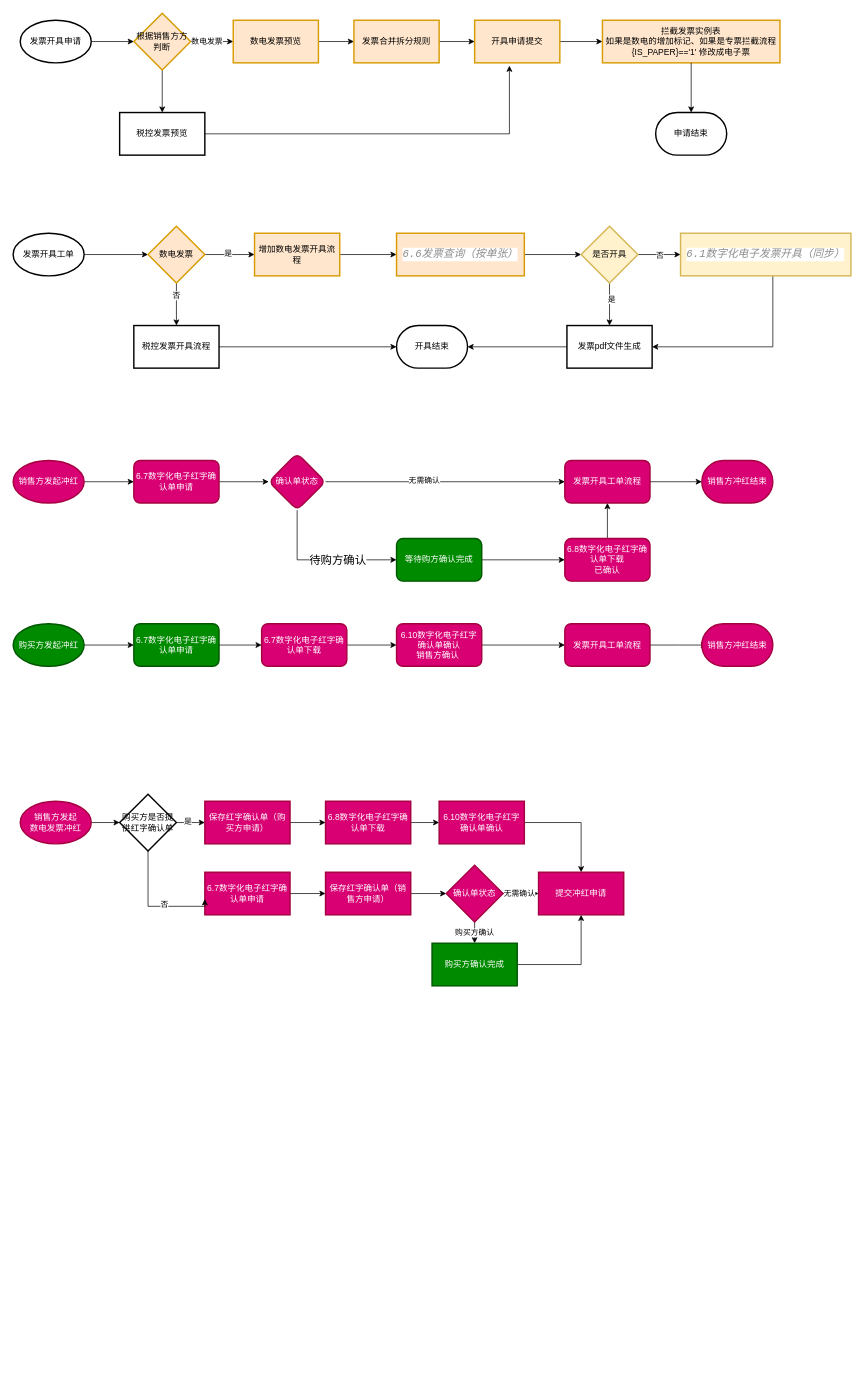
Above: 数电发票改造方案.drawio in 315944211/doc (draw.io), before the change. Source tidied: cells renumbered, new cells numbered last; positions are measured from the earlier drawing's top-left corner, leaving out a move shared by most shapes. Both pictures are drawn from the tidied source at 71%, with x=0, y=0 at pixel (13, 13).
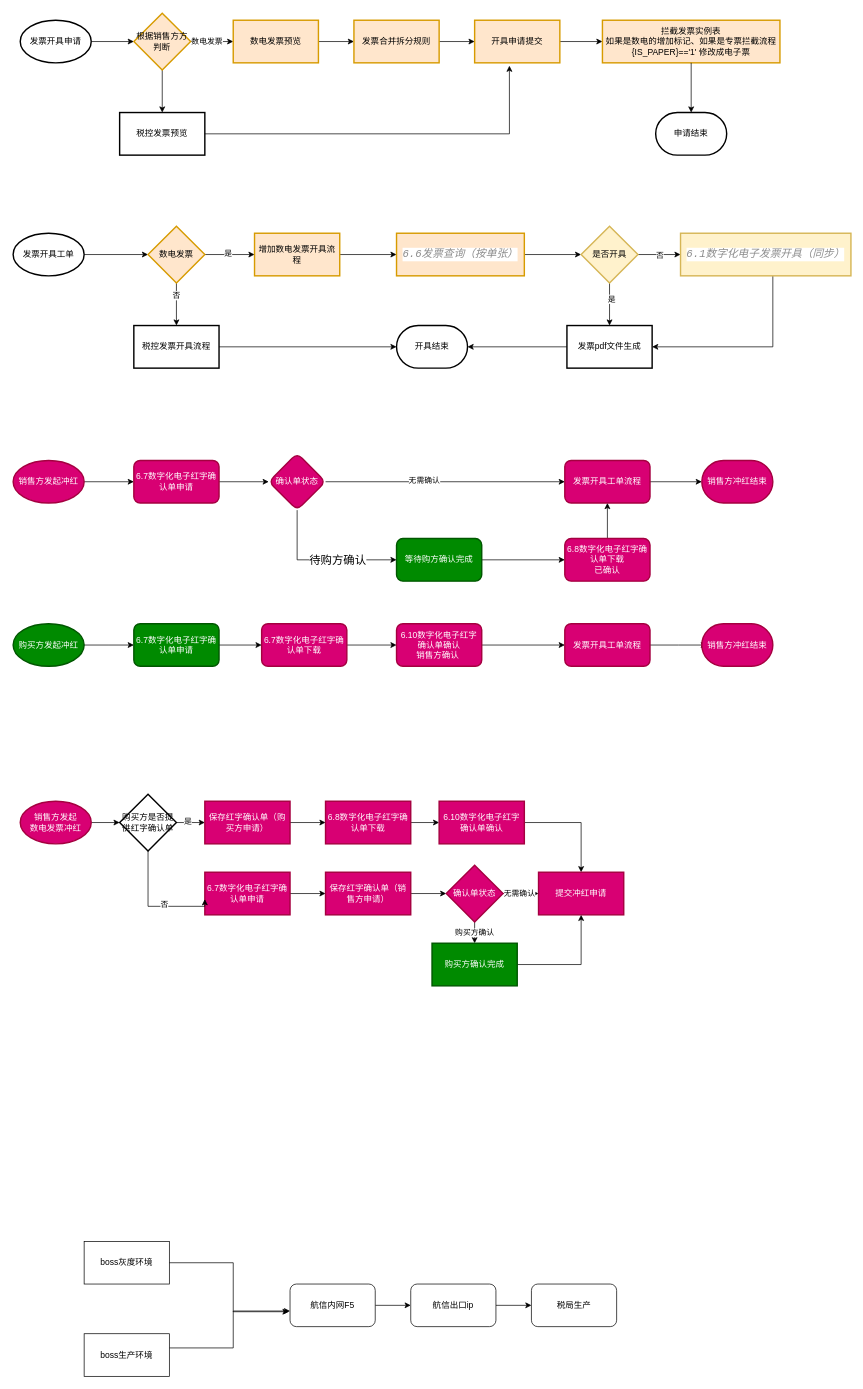
The same diagram, later.

Commit message:
更新数电发票改造方案.drawio

The edit, as a diff of the source:
```diff
@@
+    <mxCell id="94" value="boss灰度环境" style="rounded=0;whiteSpace=wrap;html=1;" parent="1" vertex="1">
+      <mxGeometry x="100" y="1730" width="120" height="60" as="geometry" />
+    </mxCell>
+    <mxCell id="95" style="edgeStyle=orthogonalEdgeStyle;rounded=0;jettySize=auto;html=1;entryX=0;entryY=0.633;entryDx=0;entryDy=0;entryPerimeter=0;" parent="1" edge="1" source="96" target="101">
+      <mxGeometry relative="1" as="geometry">
+        <Array as="points">
+          <mxPoint x="310" y="1880" />
+          <mxPoint x="310" y="1828" />
+        </Array>
+      </mxGeometry>
+    </mxCell>
+    <mxCell id="96" value="boss生产环境" style="rounded=0;whiteSpace=wrap;html=1;" parent="1" vertex="1">
+      <mxGeometry x="100" y="1860" width="120" height="60" as="geometry" />
+    </mxCell>
+    <mxCell id="97" style="edgeStyle=orthogonalEdgeStyle;rounded=0;jettySize=auto;html=1;" parent="1" edge="1" source="98" target="99">
+      <mxGeometry relative="1" as="geometry" />
+    </mxCell>
+    <mxCell id="98" value="航信出口ip" style="rounded=1;whiteSpace=wrap;html=1;" parent="1" vertex="1">
+      <mxGeometry x="560" y="1790" width="120" height="60" as="geometry" />
+    </mxCell>
+    <mxCell id="99" value="税局生产" style="whiteSpace=wrap;html=1;rounded=1;" parent="1" vertex="1">
+      <mxGeometry x="730" y="1790" width="120" height="60" as="geometry" />
+    </mxCell>
+    <mxCell id="100" style="edgeStyle=orthogonalEdgeStyle;rounded=0;jettySize=auto;html=1;" parent="1" edge="1" source="101" target="98">
+      <mxGeometry relative="1" as="geometry" />
+    </mxCell>
+    <mxCell id="101" value="航信内网F5" style="rounded=1;whiteSpace=wrap;html=1;" parent="1" vertex="1">
+      <mxGeometry x="390" y="1790" width="120" height="60" as="geometry" />
+    </mxCell>
+    <mxCell id="102" style="edgeStyle=orthogonalEdgeStyle;rounded=0;jettySize=auto;html=1;entryX=-0.017;entryY=0.65;entryDx=0;entryDy=0;entryPerimeter=0;" parent="1" edge="1" source="94" target="101">
+      <mxGeometry relative="1" as="geometry">
+        <Array as="points">
+          <mxPoint x="310" y="1760" />
+          <mxPoint x="310" y="1829" />
+        </Array>
+      </mxGeometry>
+    </mxCell>
```
